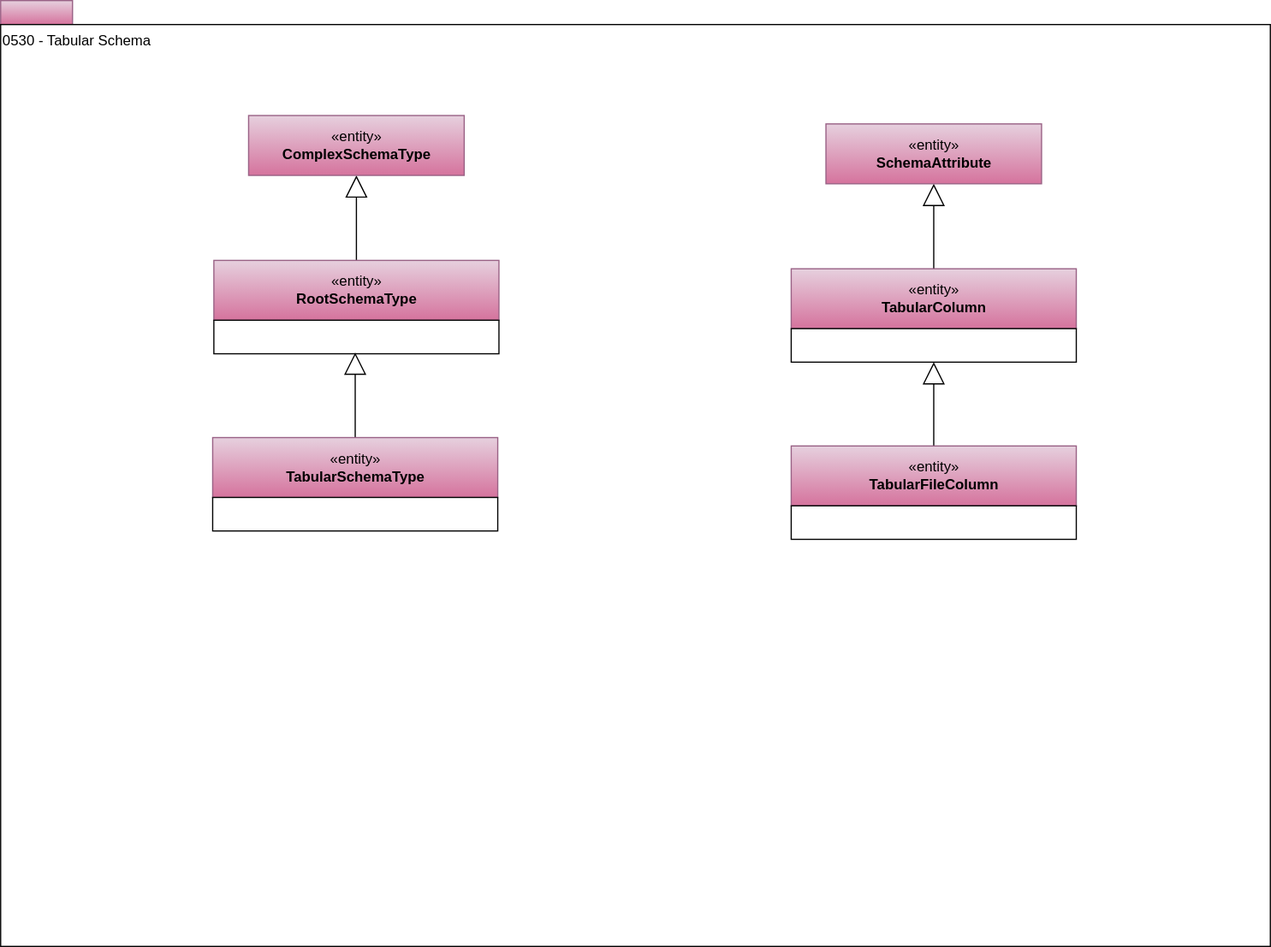
Before: site/docs/types/5/0530-Tabular-Schemas.svg, a diagram exported from draw.io (odpi/egeria-docs). Source tidied: cells renumbered, new cells last; positions are measured from the earlier drawing's top-left corner, leaving out a move shared by most shapes.
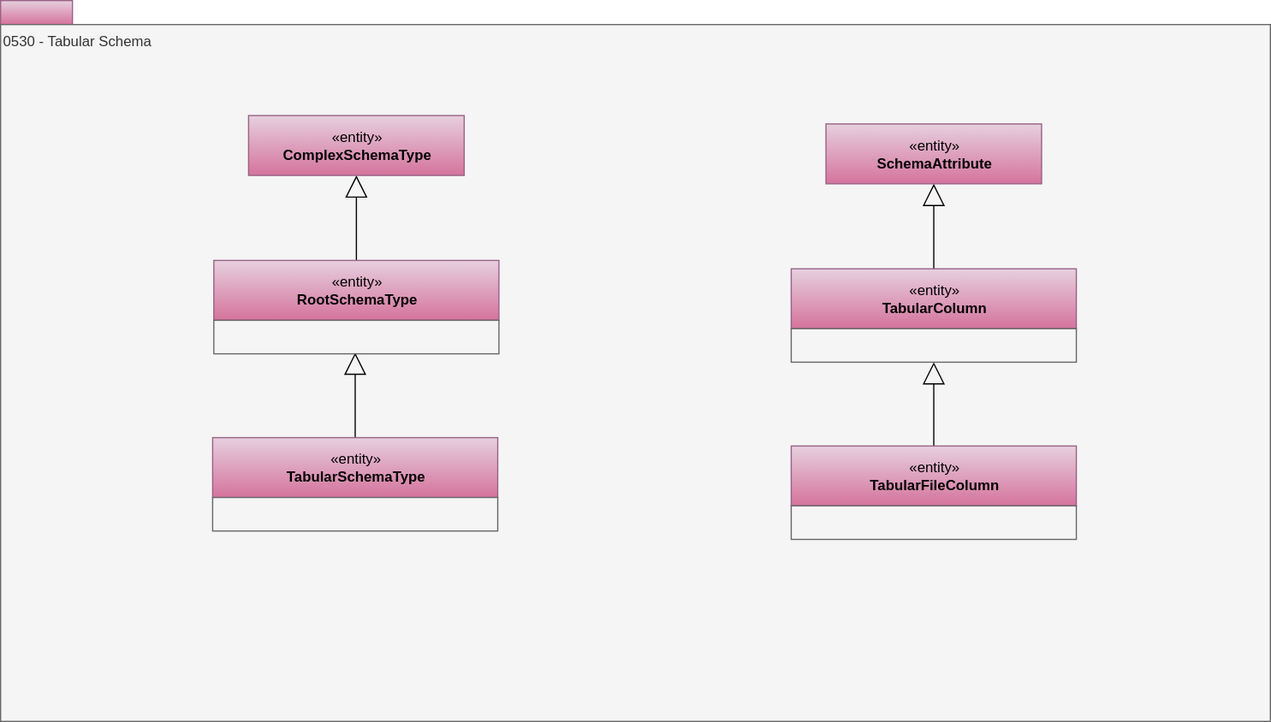
After the change.

Diff of the diagram source:
```diff
@@ -5,10 +5,10 @@
     <mxCell id="2" style="rounded=0;whiteSpace=wrap;html=1;align=left;fillColor=#e6d0de;strokeColor=#996185;gradientColor=#d5739d;" parent="1" vertex="1">
       <mxGeometry width="60" height="20" as="geometry" />
     </mxCell>
-    <mxCell id="3" value="0530 - Tabular Schema" style="rounded=0;whiteSpace=wrap;html=1;align=left;verticalAlign=top;" parent="1" vertex="1">
-      <mxGeometry y="20" width="1060" height="770" as="geometry" />
+    <mxCell id="3" value="0530 - Tabular Schema" style="rounded=0;whiteSpace=wrap;html=1;align=left;verticalAlign=top;fillColor=#f5f5f5;fontColor=#333333;strokeColor=#666666;" parent="1" vertex="1">
+      <mxGeometry y="20" width="1060" height="582" as="geometry" />
     </mxCell>
-    <mxCell id="4" style="edgeStyle=orthogonalEdgeStyle;rounded=0;jettySize=auto;html=1;exitX=0.5;exitY=0;exitDx=0;exitDy=0;startSize=6;endArrow=block;endFill=0;endSize=16;" parent="1" edge="1" source="9" target="5">
+    <mxCell id="4" style="edgeStyle=orthogonalEdgeStyle;rounded=0;jettySize=auto;html=1;exitX=0.5;exitY=0;exitDx=0;exitDy=0;startSize=6;endArrow=block;endFill=0;endSize=16;" parent="1" edge="1" source="14" target="5">
       <mxGeometry relative="1" as="geometry" />
     </mxCell>
     <mxCell id="5" value="«entity»&lt;br&gt;&lt;b&gt;ComplexSchemaType&lt;/b&gt;" style="html=1;strokeColor=#996185;align=center;fillColor=#e6d0de;gradientColor=#d5739d;" parent="1" vertex="1">
@@ -20,49 +20,37 @@
     <mxCell id="7" value="«entity»&lt;br&gt;&lt;b&gt;SchemaAttribute&lt;/b&gt;" style="html=1;strokeColor=#996185;align=center;fillColor=#e6d0de;gradientColor=#d5739d;" parent="1" vertex="1">
       <mxGeometry x="689" y="103" width="180" height="50" as="geometry" />
     </mxCell>
-    <mxCell id="8" style="group;" parent="1" vertex="1">
-      <mxGeometry x="178" y="217" width="238" height="78" as="geometry" />
+    <mxCell id="8" style="edgeStyle=orthogonalEdgeStyle;rounded=0;jettySize=auto;html=1;exitX=0.5;exitY=0;exitDx=0;exitDy=0;startSize=6;endArrow=block;endFill=0;endSize=16;entryX=0.5;entryY=1;entryDx=0;entryDy=0;" parent="1" edge="1" source="10" target="13">
+      <mxGeometry relative="1" as="geometry" />
     </mxCell>
-    <mxCell id="9" value="«entity»&lt;br&gt;&lt;b&gt;RootSchemaType&lt;/b&gt;" style="html=1;strokeColor=#996185;align=center;fillColor=#e6d0de;gradientColor=#d5739d;" parent="8" vertex="1">
-      <mxGeometry width="238" height="50" as="geometry" />
+    <mxCell id="9" style="edgeStyle=orthogonalEdgeStyle;rounded=0;jettySize=auto;html=1;exitX=0.5;exitY=0;exitDx=0;exitDy=0;startSize=6;endArrow=block;endFill=0;endSize=16;" parent="1" edge="1" source="16">
+      <mxGeometry relative="1" as="geometry">
+        <mxPoint x="296" y="294" as="targetPoint" />
+      </mxGeometry>
     </mxCell>
-    <mxCell id="10" style="rounded=0;whiteSpace=wrap;html=1;strokeColor=#000000;gradientColor=#ffffff;align=left;" parent="8" vertex="1">
-      <mxGeometry y="50" width="238" height="28" as="geometry" />
+    <mxCell id="10" value="«entity»&lt;br&gt;&lt;b&gt;TabularFileColumn&lt;/b&gt;" style="html=1;strokeColor=#996185;align=center;fillColor=#e6d0de;gradientColor=#d5739d;" parent="1" vertex="1">
+      <mxGeometry x="660" y="372" width="238" height="50" as="geometry" />
     </mxCell>
-    <mxCell id="11" style="group;" parent="1" vertex="1">
-      <mxGeometry x="660" y="224" width="238" height="78" as="geometry" />
+    <mxCell id="11" style="rounded=0;whiteSpace=wrap;html=1;strokeColor=#666666;align=left;fillColor=#f5f5f5;fontColor=#333333;" parent="1" vertex="1">
+      <mxGeometry x="660" y="422" width="238" height="28" as="geometry" />
     </mxCell>
-    <mxCell id="12" value="«entity»&lt;br&gt;&lt;b&gt;TabularColumn&lt;/b&gt;" style="html=1;strokeColor=#996185;align=center;fillColor=#e6d0de;gradientColor=#d5739d;" parent="11" vertex="1">
-      <mxGeometry width="238" height="50" as="geometry" />
+    <mxCell id="12" value="«entity»&lt;br&gt;&lt;b&gt;TabularColumn&lt;/b&gt;" style="html=1;strokeColor=#996185;align=center;fillColor=#e6d0de;gradientColor=#d5739d;" parent="1" vertex="1">
+      <mxGeometry x="660" y="224" width="238" height="50" as="geometry" />
     </mxCell>
-    <mxCell id="13" style="rounded=0;whiteSpace=wrap;html=1;strokeColor=#000000;gradientColor=#ffffff;align=left;" parent="11" vertex="1">
-      <mxGeometry y="50" width="238" height="28" as="geometry" />
+    <mxCell id="13" style="rounded=0;whiteSpace=wrap;html=1;strokeColor=#666666;align=left;fillColor=#f5f5f5;fontColor=#333333;" parent="1" vertex="1">
+      <mxGeometry x="660" y="274" width="238" height="28" as="geometry" />
     </mxCell>
-    <mxCell id="14" style="edgeStyle=orthogonalEdgeStyle;rounded=0;jettySize=auto;html=1;exitX=0.5;exitY=0;exitDx=0;exitDy=0;startSize=6;endArrow=block;endFill=0;endSize=16;entryX=0.5;entryY=1;entryDx=0;entryDy=0;" parent="1" edge="1" source="16" target="13">
-      <mxGeometry relative="1" as="geometry" />
+    <mxCell id="14" value="«entity»&lt;br&gt;&lt;b&gt;RootSchemaType&lt;/b&gt;" style="html=1;strokeColor=#996185;align=center;fillColor=#e6d0de;gradientColor=#d5739d;" parent="1" vertex="1">
+      <mxGeometry x="178" y="217" width="238" height="50" as="geometry" />
     </mxCell>
-    <mxCell id="15" style="group;" parent="1" vertex="1">
-      <mxGeometry x="660" y="372" width="238" height="78" as="geometry" />
+    <mxCell id="15" style="rounded=0;whiteSpace=wrap;html=1;strokeColor=#666666;align=left;fillColor=#f5f5f5;fontColor=#333333;" parent="1" vertex="1">
+      <mxGeometry x="178" y="267" width="238" height="28" as="geometry" />
     </mxCell>
-    <mxCell id="16" value="«entity»&lt;br&gt;&lt;b&gt;TabularFileColumn&lt;/b&gt;" style="html=1;strokeColor=#996185;align=center;fillColor=#e6d0de;gradientColor=#d5739d;" parent="15" vertex="1">
-      <mxGeometry width="238" height="50" as="geometry" />
+    <mxCell id="16" value="«entity»&lt;br&gt;&lt;b&gt;TabularSchemaType&lt;/b&gt;" style="html=1;strokeColor=#996185;align=center;fillColor=#e6d0de;gradientColor=#d5739d;" parent="1" vertex="1">
+      <mxGeometry x="177" y="365" width="238" height="50" as="geometry" />
     </mxCell>
-    <mxCell id="17" style="rounded=0;whiteSpace=wrap;html=1;strokeColor=#000000;gradientColor=#ffffff;align=left;" parent="15" vertex="1">
-      <mxGeometry y="50" width="238" height="28" as="geometry" />
+    <mxCell id="17" style="rounded=0;whiteSpace=wrap;html=1;strokeColor=#666666;align=left;fillColor=#f5f5f5;fontColor=#333333;" parent="1" vertex="1">
+      <mxGeometry x="177" y="415" width="238" height="28" as="geometry" />
     </mxCell>
-    <mxCell id="18" style="edgeStyle=orthogonalEdgeStyle;rounded=0;jettySize=auto;html=1;exitX=0.5;exitY=0;exitDx=0;exitDy=0;startSize=6;endArrow=block;endFill=0;endSize=16;" parent="1" edge="1" source="20">
-      <mxGeometry relative="1" as="geometry">
-        <mxPoint x="296" y="294" as="targetPoint" />
-      </mxGeometry>
-    </mxCell>
-    <mxCell id="19" style="group;" parent="1" vertex="1">
-      <mxGeometry x="177" y="365" width="238" height="78" as="geometry" />
-    </mxCell>
-    <mxCell id="20" value="«entity»&lt;br&gt;&lt;b&gt;TabularSchemaType&lt;/b&gt;" style="html=1;strokeColor=#996185;align=center;fillColor=#e6d0de;gradientColor=#d5739d;" parent="19" vertex="1">
-      <mxGeometry width="238" height="50" as="geometry" />
-    </mxCell>
-    <mxCell id="21" style="rounded=0;whiteSpace=wrap;html=1;strokeColor=#000000;gradientColor=#ffffff;align=left;" parent="19" vertex="1">
-      <mxGeometry y="50" width="238" height="28" as="geometry" />
-    </mxCell>
   </root>
 </mxGraphModel>
```
